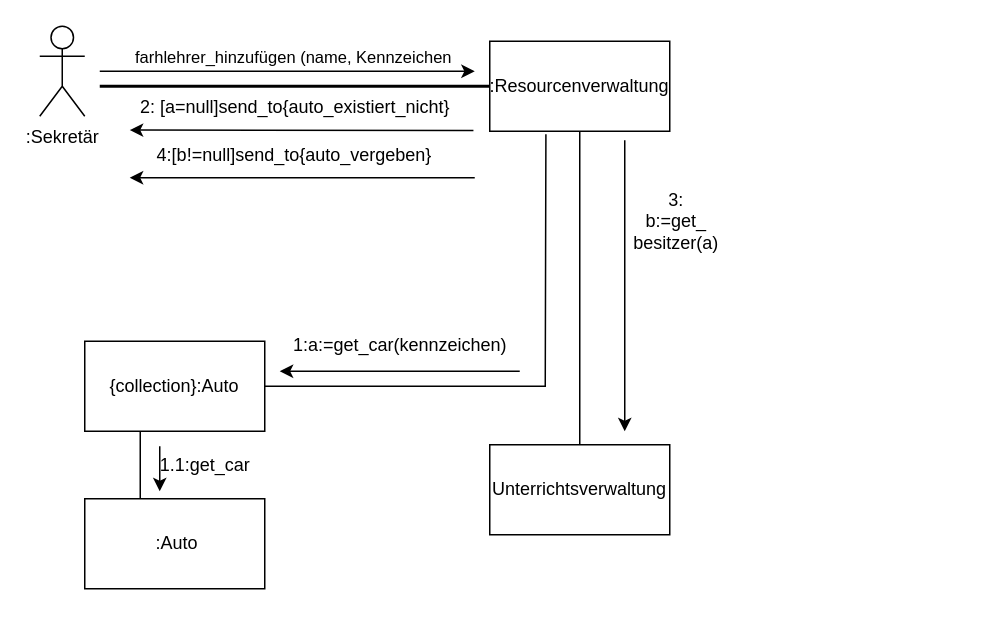
Above: Praktkum2.drawio in DseaKu/drawIO (draw.io), before the change. Source tidied: cells renumbered, new cells numbered last; positions are measured from the earlier drawing's top-left corner, leaving out a move shared by most shapes. Both pictures are drawn from the tidied source at 150%, with x=0, y=0 at pixel (39, 26).
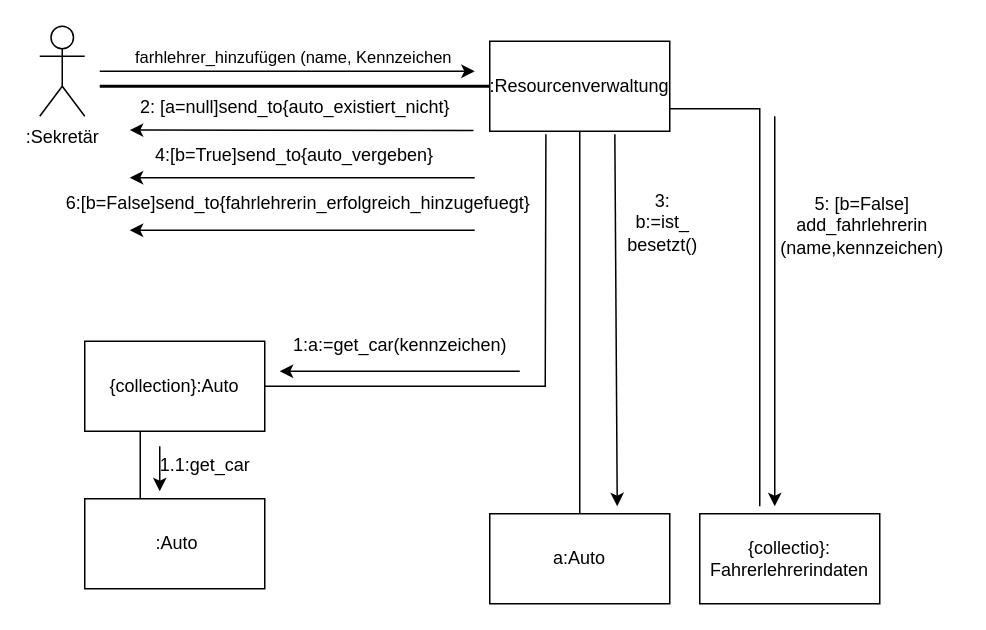
After the change.

Unchanged cells that the change refers to:
```xml
<mxCell id="3" value=":Resourcenverwaltung" style="rounded=0;whiteSpace=wrap;html=1;" parent="1" vertex="1">
  <mxGeometry x="300" y="10" width="120" height="60" as="geometry" />
</mxCell>
```

Diff of the diagram source:
```diff
@@
-    <mxCell id="9" value="4:[b!=null]send_to{auto_vergeben}" style="text;html=1;strokeColor=none;fillColor=none;align=center;verticalAlign=middle;whiteSpace=wrap;rounded=0;" parent="1" vertex="1">
+    <mxCell id="9" value="4:[b=True]send_to{auto_vergeben}" style="text;html=1;strokeColor=none;fillColor=none;align=center;verticalAlign=middle;whiteSpace=wrap;rounded=0;" parent="1" vertex="1">
       <mxGeometry x="70" y="71" width="200" height="30" as="geometry" />
     </mxCell>
@@
-    <mxCell id="11" value="Unterrichtsverwaltung" style="whiteSpace=wrap;html=1;" parent="1" vertex="1">
-      <mxGeometry x="300" y="279" width="120" height="60" as="geometry" />
-    </mxCell>
-    <mxCell id="12" style="endArrow=none;html=1;rounded=0;entryX=0.5;entryY=1;entryDx=0;entryDy=0;exitX=0.5;exitY=0;exitDx=0;exitDy=0;" parent="1" edge="1" source="11" target="3">
-      <mxGeometry relative="1" as="geometry" />
-    </mxCell>
-    <mxCell id="13" style="endArrow=classic;html=1;rounded=0;exitX=0.75;exitY=1;exitDx=0;exitDy=0;" parent="1" edge="1">
-      <mxGeometry relative="1" as="geometry">
-        <mxPoint x="390" y="76" as="sourcePoint" />
-        <mxPoint x="390" y="270" as="targetPoint" />
-      </mxGeometry>
-    </mxCell>
-    <mxCell id="14" value="3:&lt;br&gt;b:=get_&lt;br&gt;besitzer(a)" style="text;html=1;align=center;verticalAlign=middle;strokeColor=none;fillColor=none;" parent="1" vertex="1">
-      <mxGeometry x="384" y="100" width="80" height="60" as="geometry" />
+    <mxCell id="14" value="3:&lt;br&gt;b:=ist_&lt;br&gt;besetzt()" style="text;html=1;align=center;verticalAlign=middle;strokeColor=none;fillColor=none;" parent="1" vertex="1">
+      <mxGeometry x="380" y="101" width="70" height="60" as="geometry" />
     </mxCell>
@@
+    <mxCell id="23" value="a:Auto" style="whiteSpace=wrap;html=1;" parent="1" vertex="1">
+      <mxGeometry x="300" y="325" width="120" height="60" as="geometry" />
+    </mxCell>
+    <mxCell id="24" style="endArrow=none;html=1;rounded=0;entryX=0.5;entryY=1;entryDx=0;entryDy=0;exitX=0.5;exitY=0;exitDx=0;exitDy=0;" parent="1" edge="1" source="23" target="3">
+      <mxGeometry relative="1" as="geometry" />
+    </mxCell>
+    <mxCell id="25" style="endArrow=classic;html=1;rounded=0;exitX=0.653;exitY=1.033;exitDx=0;exitDy=0;exitPerimeter=0;" parent="1" edge="1">
+      <mxGeometry relative="1" as="geometry">
+        <mxPoint x="383.4" y="72" as="sourcePoint" />
+        <mxPoint x="385" y="320" as="targetPoint" />
+      </mxGeometry>
+    </mxCell>
+    <mxCell id="26" value="{collectio}:&lt;br&gt;Fahrerlehrerindaten" style="whiteSpace=wrap;html=1;" parent="1" vertex="1">
+      <mxGeometry x="440" y="325" width="120" height="60" as="geometry" />
+    </mxCell>
+    <mxCell id="27" style="endArrow=none;html=1;rounded=0;entryX=1;entryY=0.75;entryDx=0;entryDy=0;" parent="1" edge="1" target="3">
+      <mxGeometry relative="1" as="geometry">
+        <mxPoint x="480" y="320" as="sourcePoint" />
+        <Array as="points">
+          <mxPoint x="480" y="55" />
+        </Array>
+      </mxGeometry>
+    </mxCell>
+    <mxCell id="28" style="endArrow=classic;html=1;rounded=0;" parent="1" edge="1">
+      <mxGeometry relative="1" as="geometry">
+        <mxPoint x="490" y="60" as="sourcePoint" />
+        <mxPoint x="490" y="320" as="targetPoint" />
+      </mxGeometry>
+    </mxCell>
+    <mxCell id="29" value="5: [b=False]&lt;br&gt;add_fahrlehrerin&lt;br&gt;(name,kennzeichen)" style="text;html=1;align=center;verticalAlign=middle;strokeColor=none;fillColor=none;" parent="1" vertex="1">
+      <mxGeometry x="483" y="103" width="130" height="60" as="geometry" />
+    </mxCell>
+    <mxCell id="30" value="6:[b=False]send_to{fahrlehrerin_erfolgreich_hinzugefuegt}" style="text;html=1;align=center;verticalAlign=middle;strokeColor=none;fillColor=none;" parent="1" vertex="1">
+      <mxGeometry x="7" y="103" width="330" height="30" as="geometry" />
+    </mxCell>
+    <mxCell id="31" style="endArrow=classic;html=1;rounded=0;" parent="1" edge="1">
+      <mxGeometry relative="1" as="geometry">
+        <mxPoint x="290" y="136" as="sourcePoint" />
+        <mxPoint x="60" y="136" as="targetPoint" />
+      </mxGeometry>
+    </mxCell>
```
